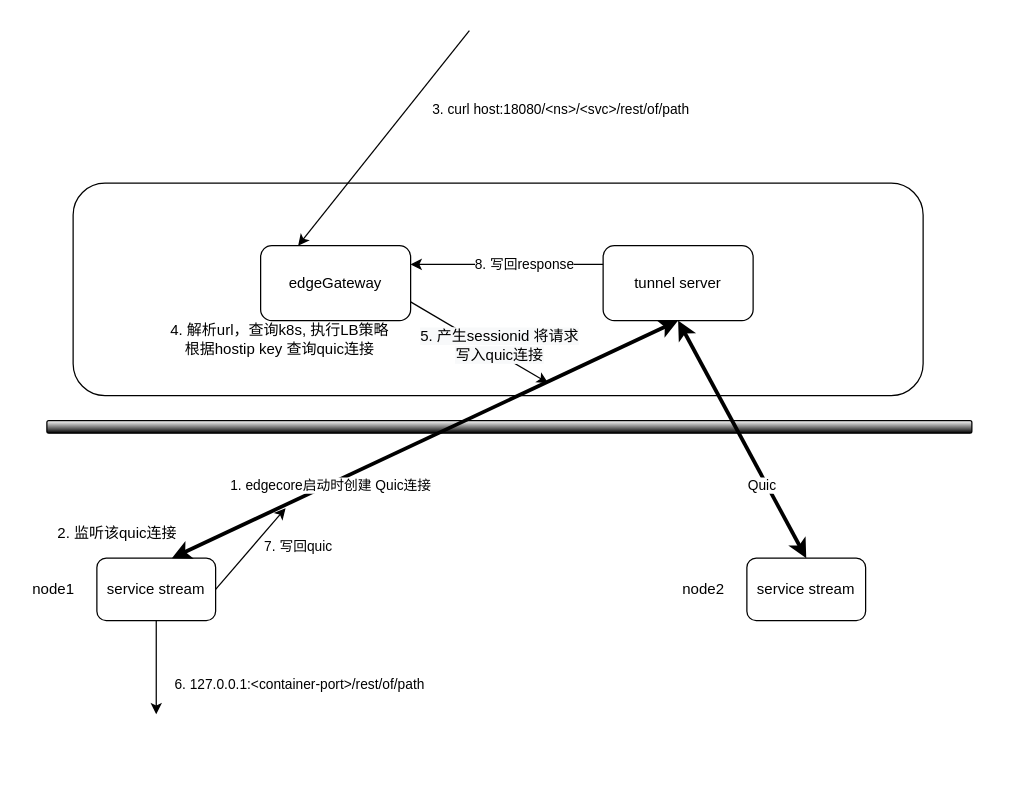
Earlier version of the draw.io diagram page "Page-1" (1 of 3) of edgegateway.drawio (lmxia/system_designs). Source tidied: cells renumbered, new cells numbered last; positions are measured from the earlier drawing's top-left corner, leaving out a move shared by most shapes. Both pictures are drawn from the tidied source at 125%, with x=0, y=0 at pixel (21, 30).
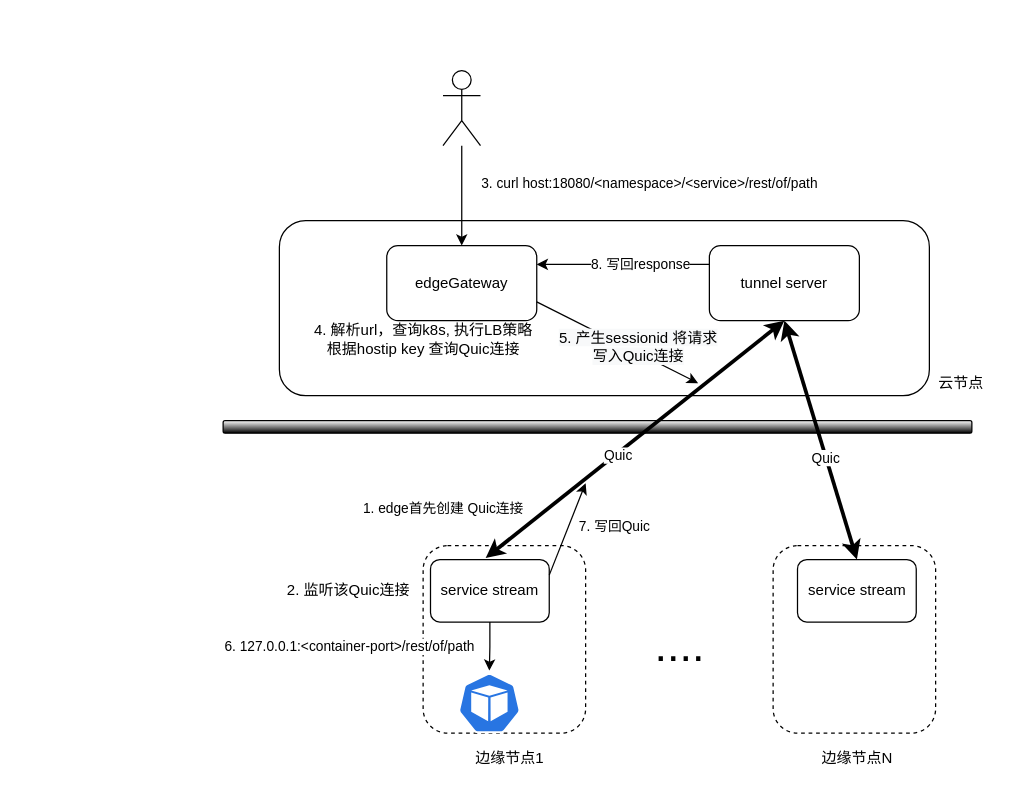
After the change.

The change refers to these unchanged cells:
```xml
<mxCell id="14" style="endArrow=classic;startArrow=classic;html=1;strokeWidth=3;exitX=0.5;exitY=0;exitDx=0;exitDy=0;entryX=0.5;entryY=1;entryDx=0;entryDy=0;" parent="1" edge="1" source="10" target="4">
  <mxGeometry relative="1" as="geometry" />
</mxCell>
```

What changed in the source:
```diff
@@
+    <mxCell id="26" style="rounded=1;whiteSpace=wrap;html=1;dashed=1;" parent="1" vertex="1">
+      <mxGeometry x="601" y="412" width="130" height="150" as="geometry" />
+    </mxCell>
+    <mxCell id="27" style="rounded=1;whiteSpace=wrap;html=1;dashed=1;" parent="1" vertex="1">
+      <mxGeometry x="321" y="412" width="130" height="150" as="geometry" />
+    </mxCell>
     <mxCell id="2" style="rounded=1;whiteSpace=wrap;html=1;" parent="1" vertex="1">
-      <mxGeometry x="41" y="122" width="680" height="170" as="geometry" />
+      <mxGeometry x="206" y="152" width="520" height="140" as="geometry" />
     </mxCell>
     <mxCell id="3" value="edgeGateway" style="rounded=1;whiteSpace=wrap;html=1;" parent="1" vertex="1">
-      <mxGeometry x="191" y="172" width="120" height="60" as="geometry" />
+      <mxGeometry x="291.9" y="172" width="120" height="60" as="geometry" />
     </mxCell>
     <mxCell id="4" value="tunnel server" style="rounded=1;whiteSpace=wrap;html=1;" parent="1" vertex="1">
-      <mxGeometry x="465" y="172" width="120" height="60" as="geometry" />
+      <mxGeometry x="550" y="172" width="120" height="60" as="geometry" />
     </mxCell>
     <mxCell id="5" style="rounded=1;whiteSpace=wrap;html=1;gradientColor=#000000;" parent="1" vertex="1">
-      <mxGeometry x="20" y="312" width="740" height="10" as="geometry" />
+      <mxGeometry x="161" y="312" width="599" height="10" as="geometry" />
     </mxCell>
     <mxCell id="6" style="edgeStyle=orthogonalEdgeStyle;rounded=0;jettySize=auto;html=1;strokeWidth=1;" parent="1" edge="1" source="8">
       <mxGeometry relative="1" as="geometry">
-        <mxPoint x="107.5" y="547" as="targetPoint" />
+        <mxPoint x="374" y="512" as="targetPoint" />
       </mxGeometry>
     </mxCell>
     <mxCell id="7" value="6. 127.0.0.1:&amp;lt;container-port&amp;gt;/rest/of/path" style="edgeLabel;html=1;align=center;verticalAlign=middle;" parent="6" vertex="1">
       <mxGeometry x="-0.15" y="-1" relative="1" as="geometry">
-        <mxPoint x="114.5" y="18" as="offset" />
+        <mxPoint x="-112.4" y="1.9" as="offset" />
       </mxGeometry>
     </mxCell>
     <mxCell id="8" value="service stream" style="rounded=1;whiteSpace=wrap;html=1;strokeColor=#000000;" parent="1" vertex="1">
-      <mxGeometry x="60" y="422" width="95" height="50" as="geometry" />
+      <mxGeometry x="326.9" y="423.1" width="95" height="50" as="geometry" />
     </mxCell>
-    <mxCell id="9" value="node1" style="text;html=1;align=center;verticalAlign=middle;fillColor=none;strokeColor=none;rounded=0;" parent="1" vertex="1">
-      <mxGeometry y="437" width="50" height="20" as="geometry" />
+    <mxCell id="9" value="边缘节点1" style="text;html=1;align=center;verticalAlign=middle;fillColor=none;strokeColor=none;rounded=0;" parent="1" vertex="1">
+      <mxGeometry x="355" y="572" width="70" height="20" as="geometry" />
     </mxCell>
     <mxCell id="10" value="service stream" style="rounded=1;whiteSpace=wrap;html=1;strokeColor=#000000;" parent="1" vertex="1">
-      <mxGeometry x="580" y="422" width="95" height="50" as="geometry" />
+      <mxGeometry x="620.5" y="423.1" width="95" height="50" as="geometry" />
     </mxCell>
-    <mxCell id="11" value="node2" style="text;html=1;align=center;verticalAlign=middle;fillColor=none;strokeColor=none;rounded=0;" parent="1" vertex="1">
-      <mxGeometry x="520" y="437" width="50" height="20" as="geometry" />
+    <mxCell id="11" value="边缘节点N" style="text;html=1;align=center;verticalAlign=middle;fillColor=none;strokeColor=none;rounded=0;" parent="1" vertex="1">
+      <mxGeometry x="633" y="572" width="70" height="20" as="geometry" />
     </mxCell>
     <mxCell id="12" style="endArrow=classic;startArrow=classic;html=1;strokeWidth=3;entryX=0.5;entryY=1;entryDx=0;entryDy=0;" parent="1" edge="1" target="4">
       <mxGeometry relative="1" as="geometry">
-        <mxPoint x="120" y="422" as="sourcePoint" />
+        <mxPoint x="371" y="422" as="sourcePoint" />
       </mxGeometry>
     </mxCell>
-    <mxCell id="13" value="1. edgecore启动时创建 Quic连接" style="edgeLabel;html=1;align=center;verticalAlign=middle;" parent="12" vertex="1">
-      <mxGeometry x="-0.38" y="-1" relative="1" as="geometry" />
+    <mxCell id="13" value="1. edge首先创建 Quic连接" style="edgeLabel;html=1;align=center;verticalAlign=middle;" parent="12" vertex="1">
+      <mxGeometry x="-0.38" y="-1" relative="1" as="geometry">
+        <mxPoint x="-109.1" y="18.3" as="offset" />
+      </mxGeometry>
     </mxCell>
+    <mxCell id="28" value="Quic" style="edgeLabel;html=1;align=center;verticalAlign=middle;" parent="12" vertex="1">
+      <mxGeometry x="-0.12" y="-1" relative="1" as="geometry" />
+    </mxCell>
@@
     <mxCell id="15" value="Quic" style="edgeLabel;html=1;align=center;verticalAlign=middle;" parent="14" vertex="1">
       <mxGeometry x="-0.34" y="3" relative="1" as="geometry">
-        <mxPoint y="3" as="offset" />
+        <mxPoint x="-3.6" y="-19.4" as="offset" />
       </mxGeometry>
     </mxCell>
-    <mxCell id="16" style="endArrow=classic;html=1;strokeWidth=1;exitX=0.5;exitY=0.975;exitDx=0;exitDy=0;exitPerimeter=0;entryX=0.25;entryY=0;entryDx=0;entryDy=0;" parent="1" edge="1" target="3">
-      <mxGeometry relative="1" as="geometry">
-        <mxPoint x="358" as="sourcePoint" />
-      </mxGeometry>
+    <mxCell id="16" style="endArrow=classic;html=1;strokeWidth=1;entryX=0.5;entryY=0;entryDx=0;entryDy=0;" parent="1" edge="1" source="29" target="3">
+      <mxGeometry relative="1" as="geometry" />
     </mxCell>
-    <mxCell id="17" value="3. curl host:18080/&amp;lt;ns&amp;gt;/&amp;lt;svc&amp;gt;/rest/of/path" style="edgeLabel;html=1;align=center;verticalAlign=middle;" parent="16" vertex="1">
+    <mxCell id="17" value="3. curl host:18080/&amp;lt;namespace&amp;gt;/&amp;lt;service&amp;gt;/rest/of/path" style="edgeLabel;html=1;align=center;verticalAlign=middle;" parent="16" vertex="1">
       <mxGeometry x="-0.44" y="2" relative="1" as="geometry">
-        <mxPoint x="109.4" y="13" as="offset" />
+        <mxPoint x="148" y="7.5" as="offset" />
       </mxGeometry>
     </mxCell>
-    <mxCell id="18" value="2. 监听该quic连接" style="text;html=1;align=center;verticalAlign=middle;fillColor=none;strokeColor=none;rounded=0;labelBackgroundColor=none;" parent="1" vertex="1">
-      <mxGeometry x="21" y="392" width="110" height="20" as="geometry" />
+    <mxCell id="18" value="2. 监听该Quic连接" style="text;html=1;align=center;verticalAlign=middle;fillColor=none;strokeColor=none;rounded=0;labelBackgroundColor=none;" parent="1" vertex="1">
+      <mxGeometry x="206" y="438.1" width="110" height="20" as="geometry" />
     </mxCell>
-    <mxCell id="19" style="endArrow=classic;html=1;strokeWidth=1;exitX=1;exitY=0.5;exitDx=0;exitDy=0;" parent="1" edge="1" source="8">
+    <mxCell id="19" style="endArrow=classic;html=1;strokeWidth=1;exitX=1;exitY=0.25;exitDx=0;exitDy=0;" parent="1" edge="1" source="8">
       <mxGeometry relative="1" as="geometry">
-        <mxPoint x="211" y="382" as="targetPoint" />
+        <mxPoint x="451" y="362" as="targetPoint" />
       </mxGeometry>
     </mxCell>
-    <mxCell id="20" value="7. 写回quic" style="edgeLabel;html=1;align=center;verticalAlign=middle;" parent="19" vertex="1">
+    <mxCell id="20" value="7. 写回Quic" style="edgeLabel;html=1;align=center;verticalAlign=middle;" parent="19" vertex="1">
       <mxGeometry x="0.04" relative="1" as="geometry">
         <mxPoint x="36.6" y="-0.9" as="offset" />
       </mxGeometry>
     </mxCell>
-    <mxCell id="21" value="4. 解析url，查询k8s, 执行LB策略&lt;br&gt;根据hostip key 查询quic连接" style="text;html=1;align=center;verticalAlign=middle;fillColor=none;strokeColor=none;rounded=0;" parent="1" vertex="1">
-      <mxGeometry x="111" y="232" width="190" height="30" as="geometry" />
+    <mxCell id="21" value="4. 解析url，查询k8s, 执行LB策略&lt;br&gt;根据hostip key 查询Quic连接" style="text;html=1;align=center;verticalAlign=middle;fillColor=none;strokeColor=none;rounded=0;" parent="1" vertex="1">
+      <mxGeometry x="226" y="232" width="190" height="30" as="geometry" />
     </mxCell>
     <mxCell id="22" style="endArrow=classic;html=1;strokeWidth=1;exitX=1;exitY=0.75;exitDx=0;exitDy=0;" parent="1" edge="1" source="3">
       <mxGeometry relative="1" as="geometry">
-        <mxPoint x="421" y="282" as="targetPoint" />
+        <mxPoint x="541" y="282" as="targetPoint" />
       </mxGeometry>
     </mxCell>
-    <mxCell id="23" value="&lt;span style=&quot;font-size: 12px ; background-color: rgb(248 , 249 , 250)&quot;&gt;5. 产生sessionid 将请求&lt;/span&gt;&lt;br style=&quot;font-size: 12px ; background-color: rgb(248 , 249 , 250)&quot;&gt;&lt;span style=&quot;font-size: 12px ; background-color: rgb(248 , 249 , 250)&quot;&gt;写入quic连接&lt;/span&gt;" style="edgeLabel;html=1;align=center;verticalAlign=middle;" parent="22" vertex="1">
+    <mxCell id="23" value="&lt;span style=&quot;font-size: 12px ; background-color: rgb(248 , 249 , 250)&quot;&gt;5. 产生sessionid 将请求&lt;/span&gt;&lt;br style=&quot;font-size: 12px ; background-color: rgb(248 , 249 , 250)&quot;&gt;&lt;span style=&quot;font-size: 12px ; background-color: rgb(248 , 249 , 250)&quot;&gt;写入Quic连接&lt;/span&gt;" style="edgeLabel;html=1;align=center;verticalAlign=middle;" parent="22" vertex="1">
       <mxGeometry x="0.02" y="-2" relative="1" as="geometry">
         <mxPoint x="15.1" as="offset" />
       </mxGeometry>
     </mxCell>
@@
+    <mxCell id="29" style="shape=umlActor;verticalLabelPosition=bottom;verticalAlign=top;html=1;outlineConnect=0;" parent="1" vertex="1">
+      <mxGeometry x="336.9" y="32" width="30" height="60" as="geometry" />
+    </mxCell>
+    <mxCell id="30" value="云节点" style="text;html=1;align=center;verticalAlign=middle;fillColor=none;strokeColor=none;rounded=0;" parent="1" vertex="1">
+      <mxGeometry x="726" y="272" width="50" height="20" as="geometry" />
+    </mxCell>
+    <mxCell id="31" style="html=1;dashed=0;whitespace=wrap;fillColor=#2875E2;strokeColor=#ffffff;shape=mxgraph.kubernetes.icon;prIcon=pod;" parent="1" vertex="1">
+      <mxGeometry x="349" y="514" width="50" height="48" as="geometry" />
+    </mxCell>
+    <mxCell id="32" value="&lt;font style=&quot;font-size: 36px&quot;&gt;....&lt;/font&gt;" style="text;html=1;align=center;verticalAlign=middle;fillColor=none;strokeColor=none;rounded=0;dashed=1;" parent="1" vertex="1">
+      <mxGeometry x="496" y="477" width="60" height="30" as="geometry" />
+    </mxCell>
```
